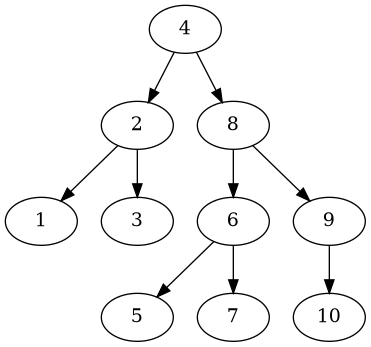
Before: Fase#2/Reportes/repuestos.png, a diagram exported from Graphviz (Farot30/-EDD-1S2025_202307820). Its source is kept beside it as Fase#2/Reportes/repuestos.dot.
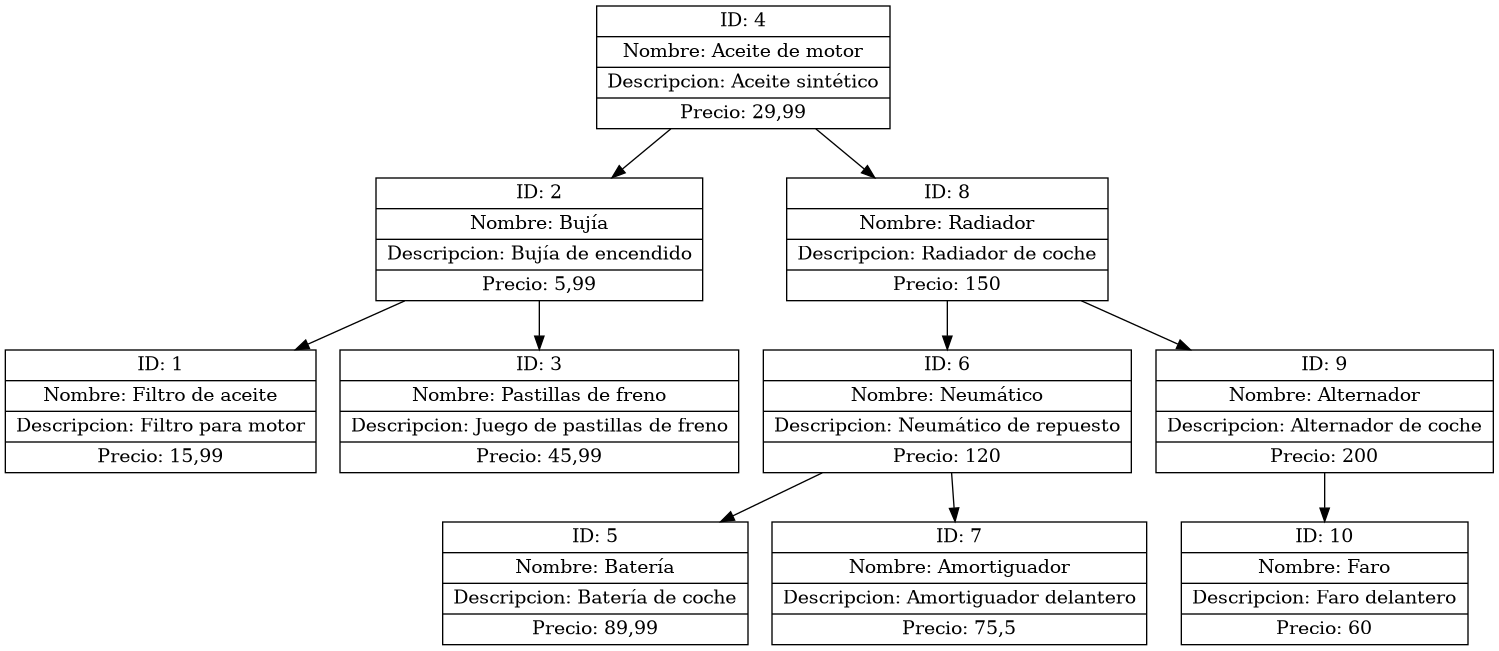
Above is the later version.

What changed in the source:
```diff
@@ -1,11 +1,22 @@
 digraph G {
+    node [shape=record];
+    "4" [label="{ID: 4|Nombre: Aceite de motor|Descripcion: Aceite sintético|Precio: 29,99}"];
     "4" -> "2";
+    "2" [label="{ID: 2|Nombre: Bujía|Descripcion: Bujía de encendido|Precio: 5,99}"];
     "2" -> "1";
+    "1" [label="{ID: 1|Nombre: Filtro de aceite|Descripcion: Filtro para motor|Precio: 15,99}"];
     "2" -> "3";
+    "3" [label="{ID: 3|Nombre: Pastillas de freno|Descripcion: Juego de pastillas de freno|Precio: 45,99}"];
     "4" -> "8";
+    "8" [label="{ID: 8|Nombre: Radiador|Descripcion: Radiador de coche|Precio: 150}"];
     "8" -> "6";
+    "6" [label="{ID: 6|Nombre: Neumático|Descripcion: Neumático de repuesto|Precio: 120}"];
     "6" -> "5";
+    "5" [label="{ID: 5|Nombre: Batería|Descripcion: Batería de coche|Precio: 89,99}"];
     "6" -> "7";
+    "7" [label="{ID: 7|Nombre: Amortiguador|Descripcion: Amortiguador delantero|Precio: 75,5}"];
     "8" -> "9";
+    "9" [label="{ID: 9|Nombre: Alternador|Descripcion: Alternador de coche|Precio: 200}"];
     "9" -> "10";
+    "10" [label="{ID: 10|Nombre: Faro|Descripcion: Faro delantero|Precio: 60}"];
 }
```
